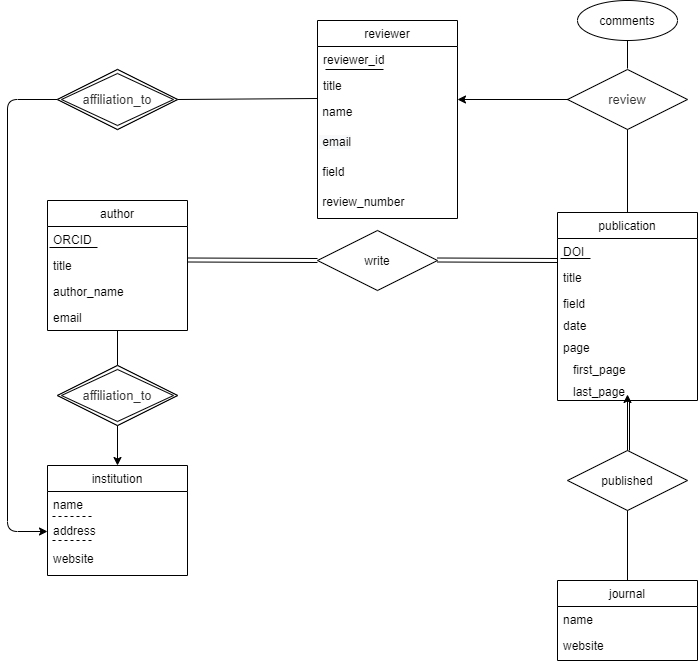
Above: Untitled Diagram.png in impulseoy/learnGit (draw.io), before the change. Source tidied: cells renumbered, new cells last; positions are measured from the earlier drawing's top-left corner, leaving out a move shared by most shapes.
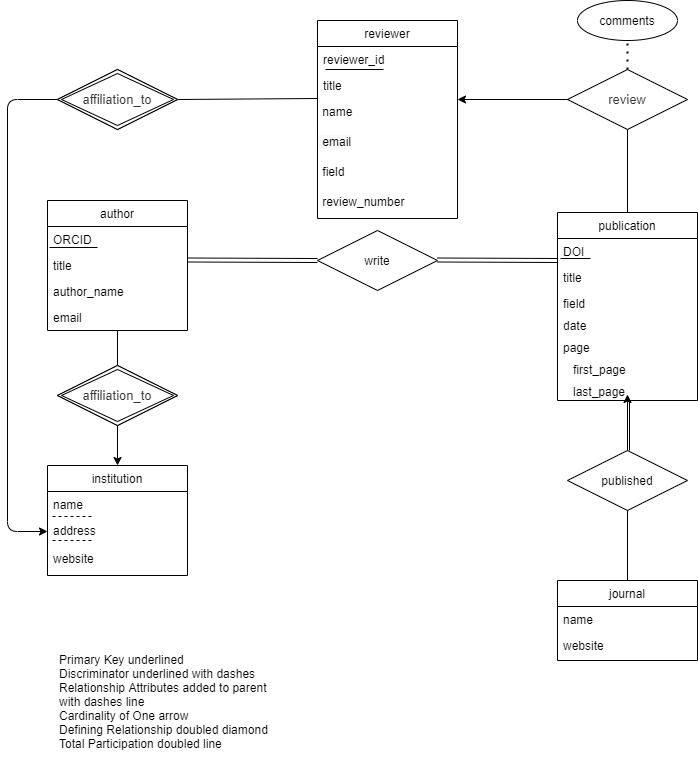
Later version of the same file.

Change to the diagram source:
```diff
@@ -187,16 +187,19 @@
         <mxPoint x="620" y="129" as="targetPoint" />
       </mxGeometry>
     </mxCell>
-    <mxCell id="51" value="&lt;span style=&quot;color: rgba(0 , 0 , 0 , 0) ; font-family: monospace ; font-size: 0px ; background-color: rgb(248 , 249 , 250)&quot;&gt;%3CmxGraphModel%3E%3Croot%3E%3CmxCell%20id%3D%220%22%2F%3E%3CmxCell%20id%3D%221%22%20parent%3D%220%22%2F%3E%3CmxCell%20id%3D%222%22%20value%3D%22%22%20style%3D%22endArrow%3Dnone%3Bhtml%3D1%3Brounded%3D0%3BexitX%3D1%3BexitY%3D0.5%3BexitDx%3D0%3BexitDy%3D0%3BentryX%3D0%3BentryY%3D0%3BentryDx%3D0%3BentryDy%3D0%3B%22%20edge%3D%221%22%20parent%3D%221%22%3E%3CmxGeometry%20relative%3D%221%22%20as%3D%22geometry%22%3E%3CmxPoint%20x%3D%22250%22%20y%3D%22359%22%20as%3D%22sourcePoint%22%2F%3E%3CmxPoint%20x%3D%22390%22%20y%3D%22358%22%20as%3D%22targetPoint%22%2F%3E%3C%2FmxGeometry%3E%3C%2FmxCell%3E%3C%2Froot%3E%3C%2FmxGraphModel%3E&lt;/span&gt;" style="endArrow=none;html=1;rounded=0;exitX=0.5;exitY=1;exitDx=0;exitDy=0;" parent="1" edge="1" source="39">
-      <mxGeometry relative="1" as="geometry">
-        <mxPoint x="620" y="68" as="targetPoint" />
-      </mxGeometry>
-    </mxCell>
     <mxCell id="52" value="&lt;span style=&quot;color: rgb(51 , 51 , 51) ; font-family: &amp;#34;arial&amp;#34; , sans-serif ; font-size: 13px ; background-color: rgb(255 , 255 , 255)&quot;&gt;affiliation_to&lt;/span&gt;" style="shape=rhombus;double=1;perimeter=rhombusPerimeter;whiteSpace=wrap;html=1;align=center;" parent="1" vertex="1">
       <mxGeometry x="50" y="365" width="120" height="60" as="geometry" />
     </mxCell>
     <mxCell id="53" value="&lt;span style=&quot;color: rgb(51 , 51 , 51) ; font-family: &amp;#34;arial&amp;#34; , sans-serif ; font-size: 13px ; background-color: rgb(255 , 255 , 255)&quot;&gt;affiliation_to&lt;/span&gt;" style="shape=rhombus;double=1;perimeter=rhombusPerimeter;whiteSpace=wrap;html=1;align=center;" parent="1" vertex="1">
       <mxGeometry x="50" y="69" width="120" height="60" as="geometry" />
     </mxCell>
+    <mxCell id="54" value="Primary Key underlined&lt;br&gt;Discriminator underlined with dashes&lt;br&gt;Relationship Attributes added to parent with dashes line&lt;br&gt;Cardinality of One arrow&lt;br&gt;Defining Relationship doubled diamond&lt;br&gt;Total Participation doubled line" style="text;html=1;strokeColor=none;fillColor=none;align=left;verticalAlign=middle;whiteSpace=wrap;rounded=0;" parent="1" vertex="1">
+      <mxGeometry x="50" y="632" width="230" height="138" as="geometry" />
+    </mxCell>
+    <mxCell id="55" style="endArrow=none;dashed=1;html=1;dashPattern=1 3;strokeWidth=2;" parent="1" edge="1" source="46">
+      <mxGeometry relative="1" as="geometry">
+        <mxPoint x="620" y="40" as="targetPoint" />
+      </mxGeometry>
+    </mxCell>
   </root>
 </mxGraphModel>
```
